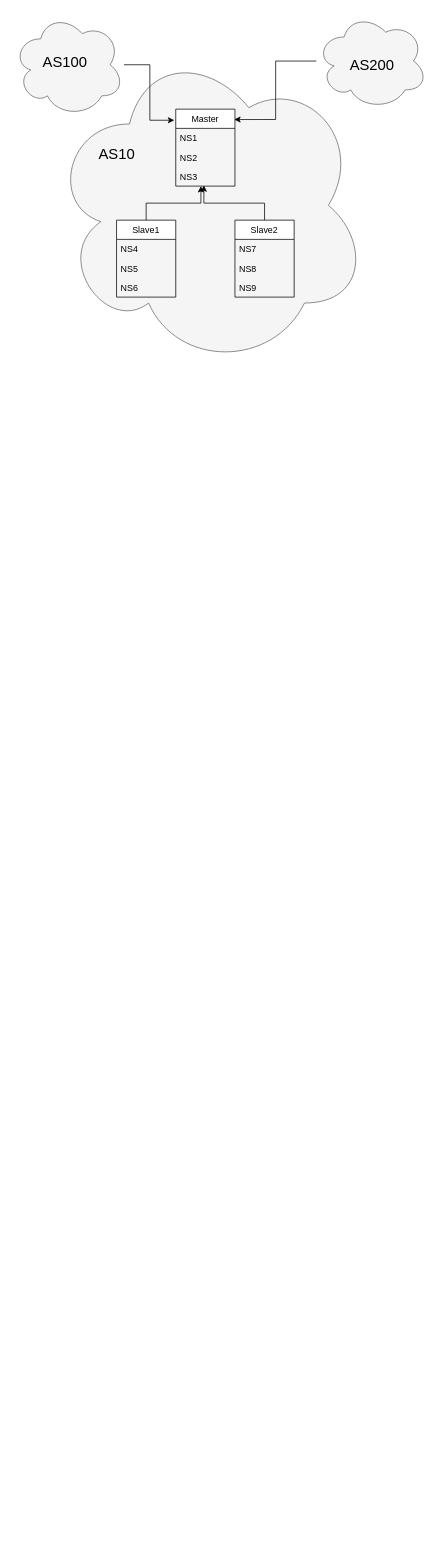
The draw.io diagram 智慧运维.drawio in yuanchaowang/subscribe, before the edit. Source tidied: cells renumbered, new cells numbered last; positions are measured from the earlier drawing's top-left corner, leaving out a move shared by most shapes. Both pictures are drawn from the tidied source at 74%, with x=0, y=0 at pixel (13, 13).
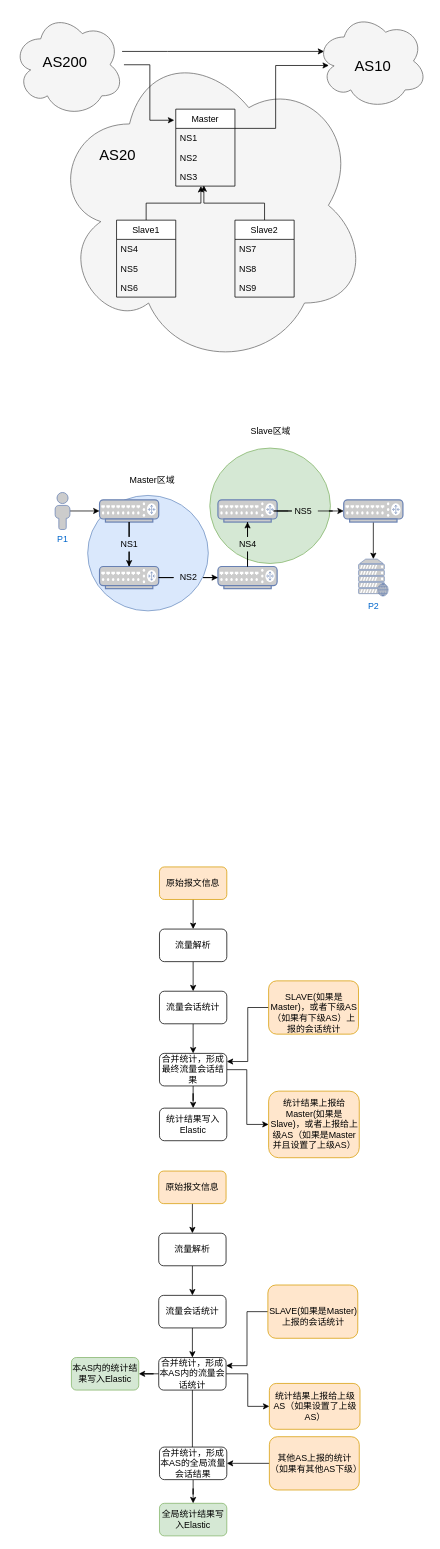
Above is the later version.

Commit message:
更新智慧运维.drawio

Unchanged cells that the change refers to:
```xml
<mxCell id="3" value="Master" style="swimlane;fontStyle=0;horizontal=1;startSize=26;" parent="1" vertex="1">
  <mxGeometry x="220" y="130" width="80" height="104" as="geometry" />
</mxCell>
<mxCell id="19" style="ellipse;shape=cloud;whiteSpace=wrap;html=1;fillColor=#f5f5f5;strokeColor=#666666;fontColor=#333333;" parent="1" vertex="1">
  <mxGeometry width="150" height="140" as="geometry" />
</mxCell>
<mxCell id="22" style="ellipse;shape=cloud;whiteSpace=wrap;html=1;fillColor=#f5f5f5;strokeColor=#666666;fontColor=#333333;" parent="1" vertex="1">
  <mxGeometry x="410" width="150" height="130" as="geometry" />
</mxCell>
```

Diff of the diagram source:
```diff
@@
+    <mxCell id="24" style="ellipse;whiteSpace=wrap;html=1;fillColor=#dae8fc;strokeColor=#6c8ebf;" parent="1" vertex="1">
+      <mxGeometry x="101" y="652" width="163" height="156" as="geometry" />
+    </mxCell>
+    <mxCell id="25" style="ellipse;whiteSpace=wrap;html=1;fillColor=#d5e8d4;strokeColor=#82b366;" parent="1" vertex="1">
+      <mxGeometry x="266" y="588" width="163" height="156" as="geometry" />
+    </mxCell>
+    <mxCell id="26" style="edgeStyle=orthogonalEdgeStyle;rounded=0;jettySize=auto;html=1;entryX=0.113;entryY=0.546;entryDx=0;entryDy=0;entryPerimeter=0;" parent="1" edge="1" source="3" target="22">
+      <mxGeometry relative="1" as="geometry">
+        <Array as="points">
+          <mxPoint x="355" y="156" />
+          <mxPoint x="355" y="71" />
+        </Array>
+      </mxGeometry>
+    </mxCell>
@@
-    <mxCell id="17" value="&lt;font style=&quot;font-size: 20px&quot;&gt;AS10&lt;/font&gt;" style="text;html=1;align=center;verticalAlign=middle;strokeColor=none;fillColor=none;" parent="1" vertex="1">
-      <mxGeometry x="110" y="180" width="60" height="20" as="geometry" />
+    <mxCell id="17" value="&lt;font style=&quot;font-size: 20px&quot;&gt;AS20&lt;/font&gt;" style="text;html=1;align=center;verticalAlign=middle;strokeColor=none;fillColor=none;" parent="1" vertex="1">
+      <mxGeometry x="111" y="180" width="59" height="21" as="geometry" />
     </mxCell>
@@
+    <mxCell id="27" style="edgeStyle=orthogonalEdgeStyle;rounded=0;jettySize=auto;html=1;entryX=0.07;entryY=0.4;entryDx=0;entryDy=0;entryPerimeter=0;" parent="1" edge="1" source="19" target="22">
+      <mxGeometry relative="1" as="geometry">
+        <Array as="points">
+          <mxPoint x="209" y="52" />
+          <mxPoint x="209" y="52" />
+        </Array>
+      </mxGeometry>
+    </mxCell>
@@
-    <mxCell id="20" value="&lt;font style=&quot;font-size: 20px&quot;&gt;AS100&lt;/font&gt;" style="text;html=1;align=center;verticalAlign=middle;strokeColor=none;fillColor=none;" parent="1" vertex="1">
-      <mxGeometry x="30" y="55" width="80" height="20" as="geometry" />
+    <mxCell id="20" value="&lt;font style=&quot;font-size: 20px&quot;&gt;AS200&lt;/font&gt;" style="text;html=1;align=center;verticalAlign=middle;strokeColor=none;fillColor=none;" parent="1" vertex="1">
+      <mxGeometry x="35" y="55" width="70" height="21" as="geometry" />
     </mxCell>
-    <mxCell id="21" style="edgeStyle=orthogonalEdgeStyle;rounded=0;jettySize=auto;html=1;entryX=0.988;entryY=0.135;entryDx=0;entryDy=0;entryPerimeter=0;" parent="1" edge="1" source="22" target="3">
-      <mxGeometry relative="1" as="geometry" />
-    </mxCell>
@@
-    <mxCell id="23" value="&lt;font style=&quot;font-size: 20px&quot;&gt;AS200&lt;/font&gt;" style="text;html=1;align=center;verticalAlign=middle;strokeColor=none;fillColor=none;" parent="1" vertex="1">
-      <mxGeometry x="445" y="60" width="80" height="20" as="geometry" />
+    <mxCell id="23" value="&lt;font style=&quot;font-size: 20px&quot;&gt;AS10&lt;/font&gt;" style="text;html=1;align=center;verticalAlign=middle;strokeColor=none;fillColor=none;" parent="1" vertex="1">
+      <mxGeometry x="456" y="60" width="59" height="21" as="geometry" />
     </mxCell>
+    <mxCell id="28" style="edgeStyle=orthogonalEdgeStyle;rounded=0;jettySize=auto;html=1;entryX=0.5;entryY=0;entryDx=0;entryDy=0;entryPerimeter=0;startArrow=none;" parent="1" edge="1" source="41" target="33">
+      <mxGeometry relative="1" as="geometry" />
+    </mxCell>
+    <mxCell id="29" style="fontColor=#0066CC;verticalAlign=top;verticalLabelPosition=bottom;labelPosition=center;align=center;html=1;outlineConnect=0;fillColor=#CCCCCC;strokeColor=#6881B3;gradientColor=none;gradientDirection=north;strokeWidth=2;shape=mxgraph.networks.router;" parent="1" vertex="1">
+      <mxGeometry x="117" y="658" width="80" height="30" as="geometry" />
+    </mxCell>
+    <mxCell id="30" style="edgeStyle=orthogonalEdgeStyle;rounded=0;jettySize=auto;html=1;startArrow=none;" parent="1" edge="1" source="47" target="40">
+      <mxGeometry relative="1" as="geometry" />
+    </mxCell>
+    <mxCell id="31" style="fontColor=#0066CC;verticalAlign=top;verticalLabelPosition=bottom;labelPosition=center;align=center;html=1;outlineConnect=0;fillColor=#CCCCCC;strokeColor=#6881B3;gradientColor=none;gradientDirection=north;strokeWidth=2;shape=mxgraph.networks.router;" parent="1" vertex="1">
+      <mxGeometry x="277" y="658" width="80" height="30" as="geometry" />
+    </mxCell>
+    <mxCell id="32" style="edgeStyle=orthogonalEdgeStyle;rounded=0;jettySize=auto;html=1;startArrow=none;" parent="1" edge="1" source="43" target="35">
+      <mxGeometry relative="1" as="geometry" />
+    </mxCell>
+    <mxCell id="33" style="fontColor=#0066CC;verticalAlign=top;verticalLabelPosition=bottom;labelPosition=center;align=center;html=1;outlineConnect=0;fillColor=#CCCCCC;strokeColor=#6881B3;gradientColor=none;gradientDirection=north;strokeWidth=2;shape=mxgraph.networks.router;" parent="1" vertex="1">
+      <mxGeometry x="117" y="748" width="80" height="30" as="geometry" />
+    </mxCell>
+    <mxCell id="34" style="edgeStyle=orthogonalEdgeStyle;rounded=0;jettySize=auto;html=1;entryX=0.5;entryY=1;entryDx=0;entryDy=0;entryPerimeter=0;startArrow=none;" parent="1" edge="1" source="45" target="31">
+      <mxGeometry relative="1" as="geometry" />
+    </mxCell>
+    <mxCell id="35" style="fontColor=#0066CC;verticalAlign=top;verticalLabelPosition=bottom;labelPosition=center;align=center;html=1;outlineConnect=0;fillColor=#CCCCCC;strokeColor=#6881B3;gradientColor=none;gradientDirection=north;strokeWidth=2;shape=mxgraph.networks.router;" parent="1" vertex="1">
+      <mxGeometry x="277" y="748" width="80" height="30" as="geometry" />
+    </mxCell>
+    <mxCell id="36" style="edgeStyle=orthogonalEdgeStyle;rounded=0;jettySize=auto;html=1;" parent="1" edge="1" source="37" target="29">
+      <mxGeometry relative="1" as="geometry" />
+    </mxCell>
+    <mxCell id="37" value="P1" style="fontColor=#0066CC;verticalAlign=top;verticalLabelPosition=bottom;labelPosition=center;align=center;html=1;outlineConnect=0;fillColor=#CCCCCC;strokeColor=#6881B3;gradientColor=none;gradientDirection=north;strokeWidth=2;shape=mxgraph.networks.user_male;" parent="1" vertex="1">
+      <mxGeometry x="57" y="648" width="20" height="50" as="geometry" />
+    </mxCell>
+    <mxCell id="38" value="P2" style="fontColor=#0066CC;verticalAlign=top;verticalLabelPosition=bottom;labelPosition=center;align=center;html=1;outlineConnect=0;fillColor=#CCCCCC;strokeColor=#6881B3;gradientColor=none;gradientDirection=north;strokeWidth=2;shape=mxgraph.networks.web_server;" parent="1" vertex="1">
+      <mxGeometry x="467" y="738" width="40" height="50" as="geometry" />
+    </mxCell>
+    <mxCell id="39" style="edgeStyle=orthogonalEdgeStyle;rounded=0;jettySize=auto;html=1;" parent="1" edge="1" source="40" target="38">
+      <mxGeometry relative="1" as="geometry" />
+    </mxCell>
+    <mxCell id="40" style="fontColor=#0066CC;verticalAlign=top;verticalLabelPosition=bottom;labelPosition=center;align=center;html=1;outlineConnect=0;fillColor=#CCCCCC;strokeColor=#6881B3;gradientColor=none;gradientDirection=north;strokeWidth=2;shape=mxgraph.networks.router;" parent="1" vertex="1">
+      <mxGeometry x="447" y="658" width="80" height="30" as="geometry" />
+    </mxCell>
+    <mxCell id="41" value="NS1" style="text;html=1;align=center;verticalAlign=middle;points=[];strokeColor=none;fillColor=none;" parent="1" vertex="1">
+      <mxGeometry x="137" y="708" width="40" height="20" as="geometry" />
+    </mxCell>
+    <mxCell id="42" style="edgeStyle=orthogonalEdgeStyle;rounded=0;jettySize=auto;html=1;entryX=0.5;entryY=0;entryDx=0;entryDy=0;entryPerimeter=0;endArrow=none;" parent="1" edge="1" source="29" target="41">
+      <mxGeometry relative="1" as="geometry" />
+    </mxCell>
+    <mxCell id="43" value="NS2" style="text;html=1;align=center;verticalAlign=middle;points=[];strokeColor=none;fillColor=none;" parent="1" vertex="1">
+      <mxGeometry x="217" y="753" width="40" height="20" as="geometry" />
+    </mxCell>
+    <mxCell id="44" style="edgeStyle=orthogonalEdgeStyle;rounded=0;jettySize=auto;html=1;endArrow=none;" parent="1" edge="1" source="33" target="43">
+      <mxGeometry relative="1" as="geometry" />
+    </mxCell>
+    <mxCell id="45" value="NS4" style="text;html=1;align=center;verticalAlign=middle;points=[];strokeColor=none;fillColor=none;" parent="1" vertex="1">
+      <mxGeometry x="297" y="708" width="40" height="20" as="geometry" />
+    </mxCell>
+    <mxCell id="46" style="edgeStyle=orthogonalEdgeStyle;rounded=0;jettySize=auto;html=1;entryX=0.5;entryY=1;entryDx=0;entryDy=0;entryPerimeter=0;endArrow=none;" parent="1" edge="1" source="35" target="45">
+      <mxGeometry relative="1" as="geometry" />
+    </mxCell>
+    <mxCell id="47" value="NS5" style="text;html=1;align=center;verticalAlign=middle;points=[];strokeColor=none;fillColor=none;" parent="1" vertex="1">
+      <mxGeometry x="372" y="663" width="40" height="20" as="geometry" />
+    </mxCell>
+    <mxCell id="48" style="edgeStyle=orthogonalEdgeStyle;rounded=0;jettySize=auto;html=1;endArrow=none;" parent="1" edge="1" source="31" target="47">
+      <mxGeometry relative="1" as="geometry" />
+    </mxCell>
+    <mxCell id="49" style="edgeStyle=orthogonalEdgeStyle;rounded=0;jettySize=auto;html=1;" parent="1" edge="1" source="50" target="52">
+      <mxGeometry relative="1" as="geometry" />
+    </mxCell>
+    <mxCell id="50" value="原始报文信息" style="rounded=1;whiteSpace=wrap;html=1;fillColor=#ffe6cc;strokeColor=#d79b00;" parent="1" vertex="1">
+      <mxGeometry x="198" y="1154" width="91" height="44" as="geometry" />
+    </mxCell>
+    <mxCell id="51" style="edgeStyle=orthogonalEdgeStyle;rounded=0;jettySize=auto;html=1;" parent="1" edge="1" source="52" target="54">
+      <mxGeometry relative="1" as="geometry" />
+    </mxCell>
+    <mxCell id="52" value="流量解析" style="rounded=1;whiteSpace=wrap;html=1;" parent="1" vertex="1">
+      <mxGeometry x="198" y="1238" width="91" height="44" as="geometry" />
+    </mxCell>
+    <mxCell id="53" style="edgeStyle=orthogonalEdgeStyle;rounded=0;jettySize=auto;html=1;" parent="1" edge="1" source="54" target="59">
+      <mxGeometry relative="1" as="geometry" />
+    </mxCell>
+    <mxCell id="54" value="流量会话统计" style="rounded=1;whiteSpace=wrap;html=1;" parent="1" vertex="1">
+      <mxGeometry x="198" y="1322" width="91" height="44" as="geometry" />
+    </mxCell>
+    <mxCell id="55" style="edgeStyle=orthogonalEdgeStyle;rounded=0;jettySize=auto;html=1;entryX=1;entryY=0.25;entryDx=0;entryDy=0;" parent="1" edge="1" source="56" target="59">
+      <mxGeometry relative="1" as="geometry" />
+    </mxCell>
+    <mxCell id="56" value="&lt;br&gt;&lt;span style=&quot;font-family: &amp;#34;helvetica&amp;#34;&quot;&gt;SLAVE(如果是Master)，或者下级AS（如果有下级AS）上报的会话统计&lt;/span&gt;" style="rounded=1;whiteSpace=wrap;html=1;fillColor=#ffe6cc;strokeColor=#d79b00;" parent="1" vertex="1">
+      <mxGeometry x="345.5" y="1308" width="121.5" height="72" as="geometry" />
+    </mxCell>
+    <mxCell id="57" style="edgeStyle=orthogonalEdgeStyle;rounded=0;jettySize=auto;html=1;entryX=0.5;entryY=0;entryDx=0;entryDy=0;" parent="1" edge="1" source="59" target="60">
+      <mxGeometry relative="1" as="geometry" />
+    </mxCell>
+    <mxCell id="58" style="edgeStyle=orthogonalEdgeStyle;rounded=0;jettySize=auto;html=1;entryX=0;entryY=0.5;entryDx=0;entryDy=0;entryPerimeter=0;" parent="1" edge="1" source="59" target="61">
+      <mxGeometry relative="1" as="geometry">
+        <Array as="points">
+          <mxPoint x="316" y="1428" />
+          <mxPoint x="316" y="1502" />
+        </Array>
+      </mxGeometry>
+    </mxCell>
+    <mxCell id="59" value="合并统计，形成最终流量会话结果" style="rounded=1;whiteSpace=wrap;html=1;" parent="1" vertex="1">
+      <mxGeometry x="198" y="1406" width="91" height="44" as="geometry" />
+    </mxCell>
+    <mxCell id="60" value="统计结果写入Elastic" style="rounded=1;whiteSpace=wrap;html=1;" parent="1" vertex="1">
+      <mxGeometry x="198" y="1480" width="91" height="44" as="geometry" />
+    </mxCell>
+    <mxCell id="61" value="统计结果上报给Master(如果是Slave)，或者上报给上级AS（如果是Master并且设置了上级AS）" style="rounded=1;whiteSpace=wrap;html=1;fillColor=#ffe6cc;strokeColor=#d79b00;" parent="1" vertex="1">
+      <mxGeometry x="345.5" y="1457" width="122.5" height="90" as="geometry" />
+    </mxCell>
+    <mxCell id="62" value="Master区域" style="text;html=1;align=center;verticalAlign=middle;strokeColor=none;fillColor=none;" parent="1" vertex="1">
+      <mxGeometry x="152" y="623" width="71" height="18" as="geometry" />
+    </mxCell>
+    <mxCell id="63" value="Slave区域" style="text;html=1;align=center;verticalAlign=middle;strokeColor=none;fillColor=none;" parent="1" vertex="1">
+      <mxGeometry x="316" y="556" width="64" height="18" as="geometry" />
+    </mxCell>
+    <mxCell id="64" style="edgeStyle=orthogonalEdgeStyle;rounded=0;jettySize=auto;html=1;" parent="1" edge="1" source="65" target="67">
+      <mxGeometry relative="1" as="geometry" />
+    </mxCell>
+    <mxCell id="65" value="原始报文信息" style="rounded=1;whiteSpace=wrap;html=1;fillColor=#ffe6cc;strokeColor=#d79b00;" parent="1" vertex="1">
+      <mxGeometry x="197" y="1565" width="91" height="44" as="geometry" />
+    </mxCell>
+    <mxCell id="66" style="edgeStyle=orthogonalEdgeStyle;rounded=0;jettySize=auto;html=1;" parent="1" edge="1" source="67" target="69">
+      <mxGeometry relative="1" as="geometry" />
+    </mxCell>
+    <mxCell id="67" value="流量解析" style="rounded=1;whiteSpace=wrap;html=1;" parent="1" vertex="1">
+      <mxGeometry x="197" y="1649" width="91" height="44" as="geometry" />
+    </mxCell>
+    <mxCell id="68" style="edgeStyle=orthogonalEdgeStyle;rounded=0;jettySize=auto;html=1;" parent="1" edge="1" source="69" target="75">
+      <mxGeometry relative="1" as="geometry" />
+    </mxCell>
+    <mxCell id="69" value="流量会话统计" style="rounded=1;whiteSpace=wrap;html=1;" parent="1" vertex="1">
+      <mxGeometry x="197" y="1733" width="91" height="44" as="geometry" />
+    </mxCell>
+    <mxCell id="70" style="edgeStyle=orthogonalEdgeStyle;rounded=0;jettySize=auto;html=1;entryX=1;entryY=0.25;entryDx=0;entryDy=0;" parent="1" edge="1" source="71" target="75">
+      <mxGeometry relative="1" as="geometry" />
+    </mxCell>
+    <mxCell id="71" value="&lt;br&gt;&lt;span style=&quot;font-family: &amp;#34;helvetica&amp;#34;&quot;&gt;SLAVE(如果是Master)上报的会话统计&lt;/span&gt;" style="rounded=1;whiteSpace=wrap;html=1;fillColor=#ffe6cc;strokeColor=#d79b00;" parent="1" vertex="1">
+      <mxGeometry x="344.5" y="1719" width="121.5" height="72" as="geometry" />
+    </mxCell>
+    <mxCell id="72" style="edgeStyle=orthogonalEdgeStyle;rounded=0;jettySize=auto;html=1;entryX=0.489;entryY=0.318;entryDx=0;entryDy=0;entryPerimeter=0;" parent="1" edge="1" source="75" target="79">
+      <mxGeometry relative="1" as="geometry" />
+    </mxCell>
+    <mxCell id="73" style="edgeStyle=orthogonalEdgeStyle;rounded=0;jettySize=auto;html=1;" parent="1" edge="1" source="75" target="77">
+      <mxGeometry relative="1" as="geometry" />
+    </mxCell>
+    <mxCell id="74" style="edgeStyle=orthogonalEdgeStyle;rounded=0;jettySize=auto;html=1;entryX=1;entryY=0.5;entryDx=0;entryDy=0;" parent="1" edge="1" source="75" target="82">
+      <mxGeometry relative="1" as="geometry" />
+    </mxCell>
+    <mxCell id="75" value="合并统计，形成本AS内的流量会话统计" style="rounded=1;whiteSpace=wrap;html=1;" parent="1" vertex="1">
+      <mxGeometry x="197" y="1817" width="91" height="44" as="geometry" />
+    </mxCell>
+    <mxCell id="76" value="全局统计结果写入Elastic" style="rounded=1;whiteSpace=wrap;html=1;fillColor=#d5e8d4;strokeColor=#82b366;" parent="1" vertex="1">
+      <mxGeometry x="198" y="2014" width="91" height="44" as="geometry" />
+    </mxCell>
+    <mxCell id="77" value="统计结果上报给上级AS（如果设置了上级AS）" style="rounded=1;whiteSpace=wrap;html=1;fillColor=#ffe6cc;strokeColor=#d79b00;" parent="1" vertex="1">
+      <mxGeometry x="346.5" y="1852" width="122.5" height="62" as="geometry" />
+    </mxCell>
+    <mxCell id="78" style="edgeStyle=orthogonalEdgeStyle;rounded=0;jettySize=auto;html=1;entryX=0.5;entryY=0;entryDx=0;entryDy=0;" parent="1" edge="1" source="79" target="76">
+      <mxGeometry relative="1" as="geometry" />
+    </mxCell>
+    <mxCell id="79" value="合并统计，形成本AS的全局流量会话结果" style="rounded=1;whiteSpace=wrap;html=1;" parent="1" vertex="1">
+      <mxGeometry x="198" y="1938" width="91" height="44" as="geometry" />
+    </mxCell>
+    <mxCell id="80" style="edgeStyle=orthogonalEdgeStyle;rounded=0;jettySize=auto;html=1;" parent="1" edge="1" source="81" target="79">
+      <mxGeometry relative="1" as="geometry" />
+    </mxCell>
+    <mxCell id="81" value="其他AS上报的统计（如果有其他AS下级）" style="rounded=1;whiteSpace=wrap;html=1;fillColor=#ffe6cc;strokeColor=#d79b00;" parent="1" vertex="1">
+      <mxGeometry x="346.5" y="1924" width="121.5" height="72" as="geometry" />
+    </mxCell>
+    <mxCell id="82" value="本AS内的统计结果写入Elastic" style="rounded=1;whiteSpace=wrap;html=1;fillColor=#d5e8d4;strokeColor=#82b366;" parent="1" vertex="1">
+      <mxGeometry x="79" y="1817" width="91" height="44" as="geometry" />
+    </mxCell>
```
